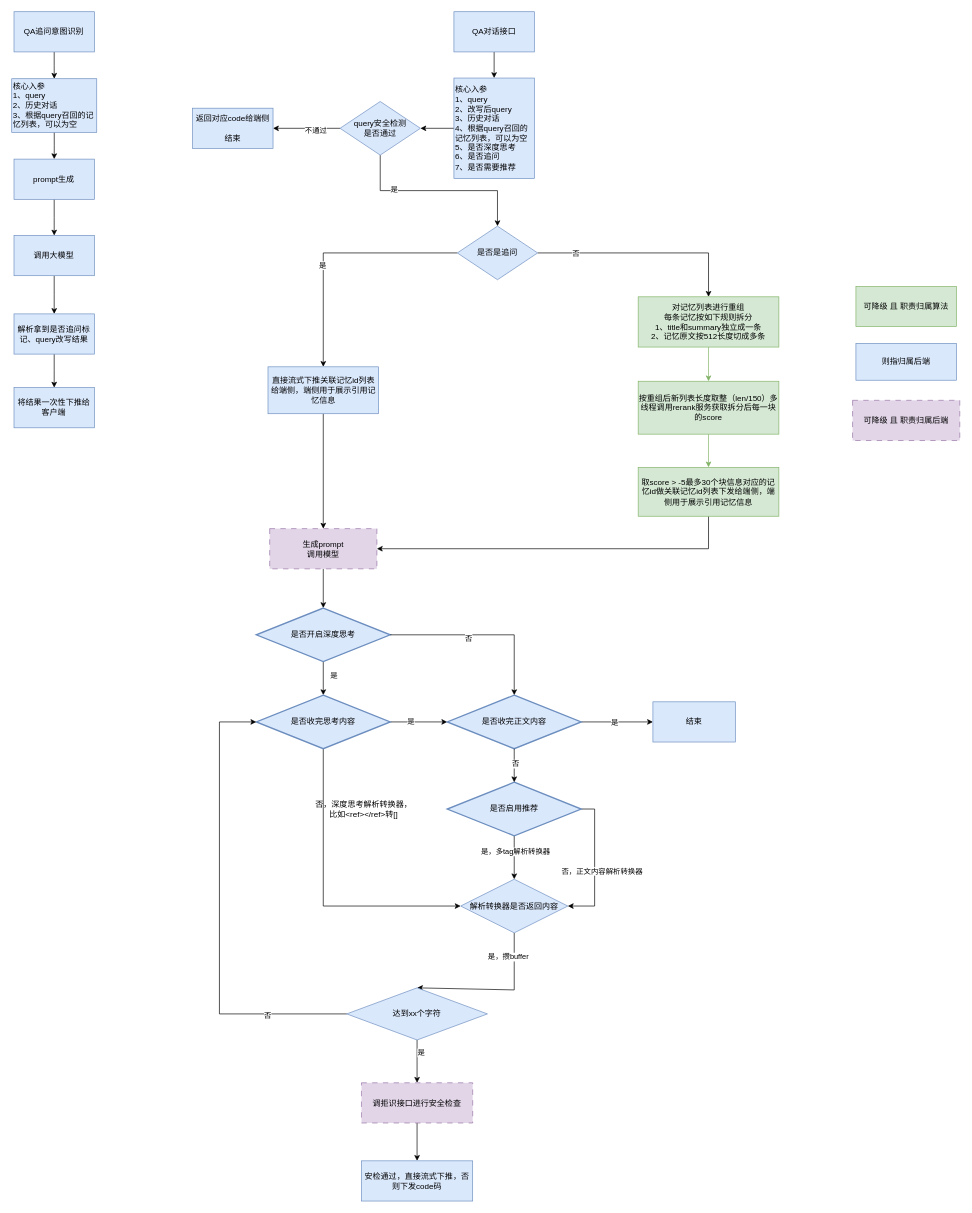
jingb/pythonRepo keeps this draw.io diagram as page "记忆顾问流程图" (2 of 2) of 个性化.drawio. Above is the earlier version. Source tidied: cells renumbered, new cells numbered last; positions are measured from the earlier drawing's top-left corner, leaving out a move shared by most shapes. Both pictures are drawn from the tidied source at 67%, with x=0, y=0 at pixel (11, 11).
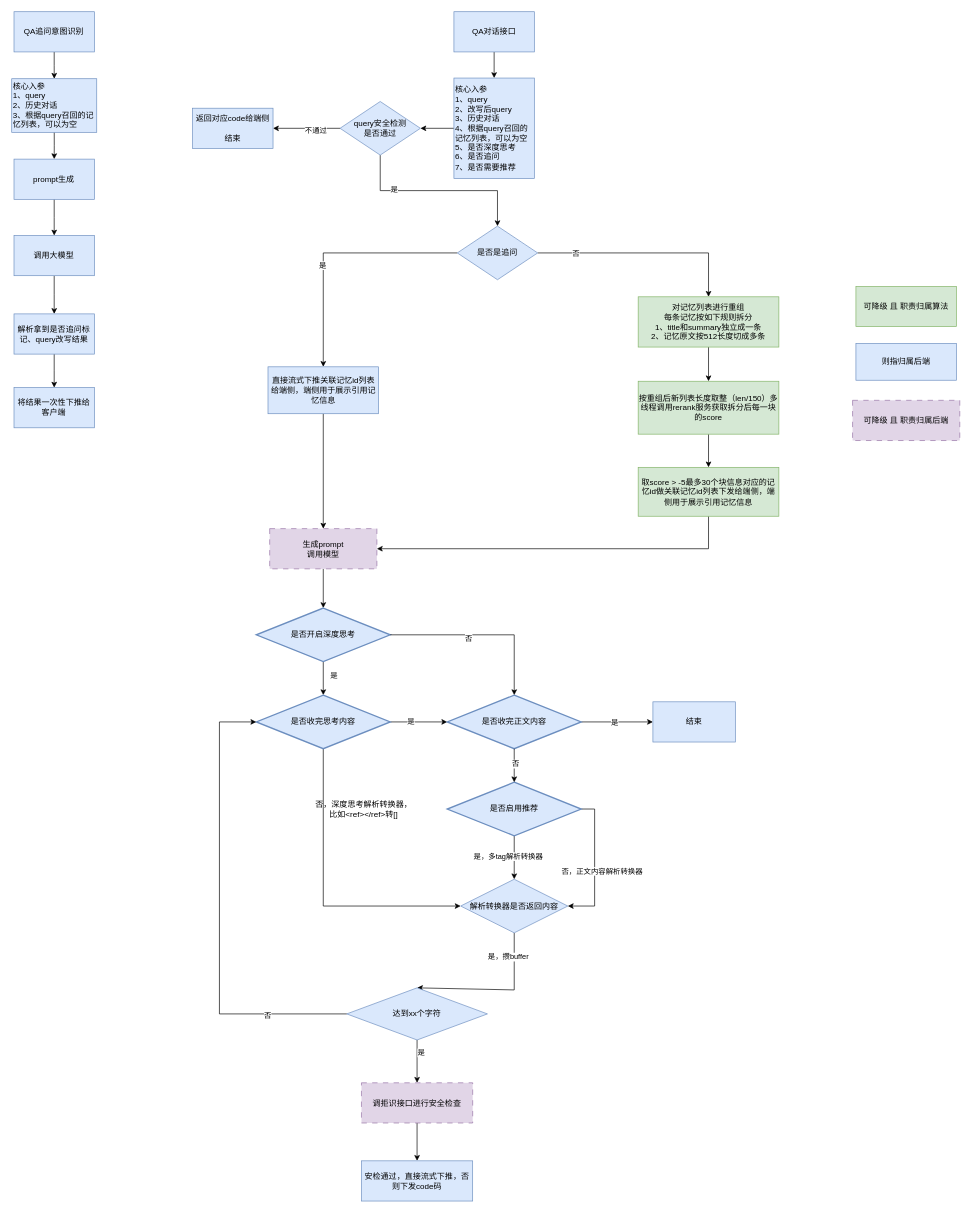
Above is the later version.

Commit message (it also covers changes not shown here):
更新个性化.drawio

Unchanged cells that the change refers to:
```xml
<mxCell id="25" value="对记忆列表进行重组&lt;div&gt;每条记忆按如下规则拆分&lt;div&gt;&lt;div&gt;1、title和summary独立成一条&lt;/div&gt;&lt;div&gt;2、记忆原文按512长度切成多条&lt;/div&gt;&lt;/div&gt;&lt;/div&gt;" style="rounded=0;whiteSpace=wrap;html=1;fillColor=#d5e8d4;strokeColor=#82b366;" parent="1" vertex="1">
  <mxGeometry x="935" y="425.5" width="210" height="75" as="geometry" />
</mxCell>
<mxCell id="27" value="按重组后新列表长度取整（len/150）多线程调用rerank服务获取拆分后每一块的score" style="rounded=0;whiteSpace=wrap;html=1;fillColor=#d5e8d4;strokeColor=#82b366;" parent="1" vertex="1">
  <mxGeometry x="935" y="551.5" width="210" height="79" as="geometry" />
</mxCell>
<mxCell id="29" value="取score &amp;gt; -5最多30个块信息对应的记忆id做关联记忆id列表下发给端侧，端侧用于展示引用记忆信息" style="rounded=0;whiteSpace=wrap;html=1;fillColor=#d5e8d4;strokeColor=#82b366;" parent="1" vertex="1">
  <mxGeometry x="935" y="680" width="210" height="73" as="geometry" />
</mxCell>
<mxCell id="57" style="edgeStyle=orthogonalEdgeStyle;rounded=0;jettySize=auto;html=1;exitX=0.5;exitY=1;exitDx=0;exitDy=0;exitPerimeter=0;entryX=0.5;entryY=0;entryDx=0;entryDy=0;" parent="1" edge="1" source="61" target="64">
  <mxGeometry relative="1" as="geometry" />
</mxCell>
```

The edit, as a diff of the source:
```diff
@@
-    <mxCell id="24" style="edgeStyle=orthogonalEdgeStyle;rounded=0;jettySize=auto;html=1;exitX=0.5;exitY=1;exitDx=0;exitDy=0;entryX=0.5;entryY=0;entryDx=0;entryDy=0;fillColor=#d5e8d4;strokeColor=#82b366;" parent="1" edge="1" source="25" target="27">
+    <mxCell id="24" style="edgeStyle=orthogonalEdgeStyle;rounded=0;jettySize=auto;html=1;exitX=0.5;exitY=1;exitDx=0;exitDy=0;entryX=0.5;entryY=0;entryDx=0;entryDy=0;fillColor=#d5e8d4;strokeColor=#000000;" parent="1" edge="1" source="25" target="27">
       <mxGeometry relative="1" as="geometry" />
     </mxCell>
@@
-    <mxCell id="26" style="edgeStyle=orthogonalEdgeStyle;rounded=0;jettySize=auto;html=1;exitX=0.5;exitY=1;exitDx=0;exitDy=0;entryX=0.5;entryY=0;entryDx=0;entryDy=0;fillColor=#d5e8d4;strokeColor=#82b366;" parent="1" edge="1" source="27" target="29">
+    <mxCell id="26" style="edgeStyle=orthogonalEdgeStyle;rounded=0;jettySize=auto;html=1;exitX=0.5;exitY=1;exitDx=0;exitDy=0;entryX=0.5;entryY=0;entryDx=0;entryDy=0;fillColor=#d5e8d4;strokeColor=#000000;" parent="1" edge="1" source="27" target="29">
       <mxGeometry relative="1" as="geometry" />
     </mxCell>
@@
     <mxCell id="58" value="是，多tag解析转换器" style="edgeLabel;html=1;align=center;verticalAlign=middle;" parent="57" vertex="1">
-      <mxGeometry x="-0.29" y="1" relative="1" as="geometry" />
+      <mxGeometry x="-0.29" y="1" relative="1" as="geometry">
+        <mxPoint x="-11" y="7" as="offset" />
+      </mxGeometry>
     </mxCell>
```
